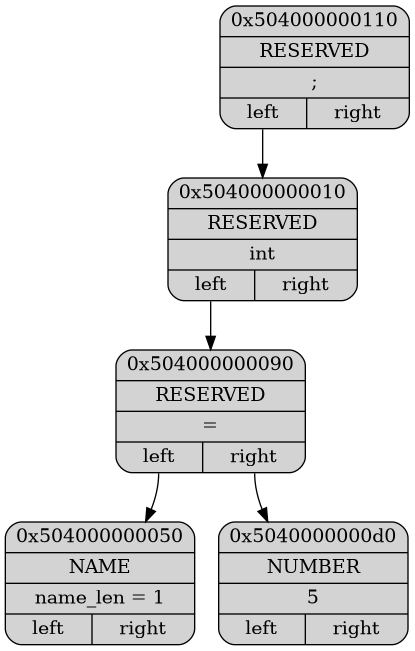
The Graphviz diagram Dump/dump.png in ashqqy/Language, before a commit. Its source is kept beside it as Dump/dump.dot.
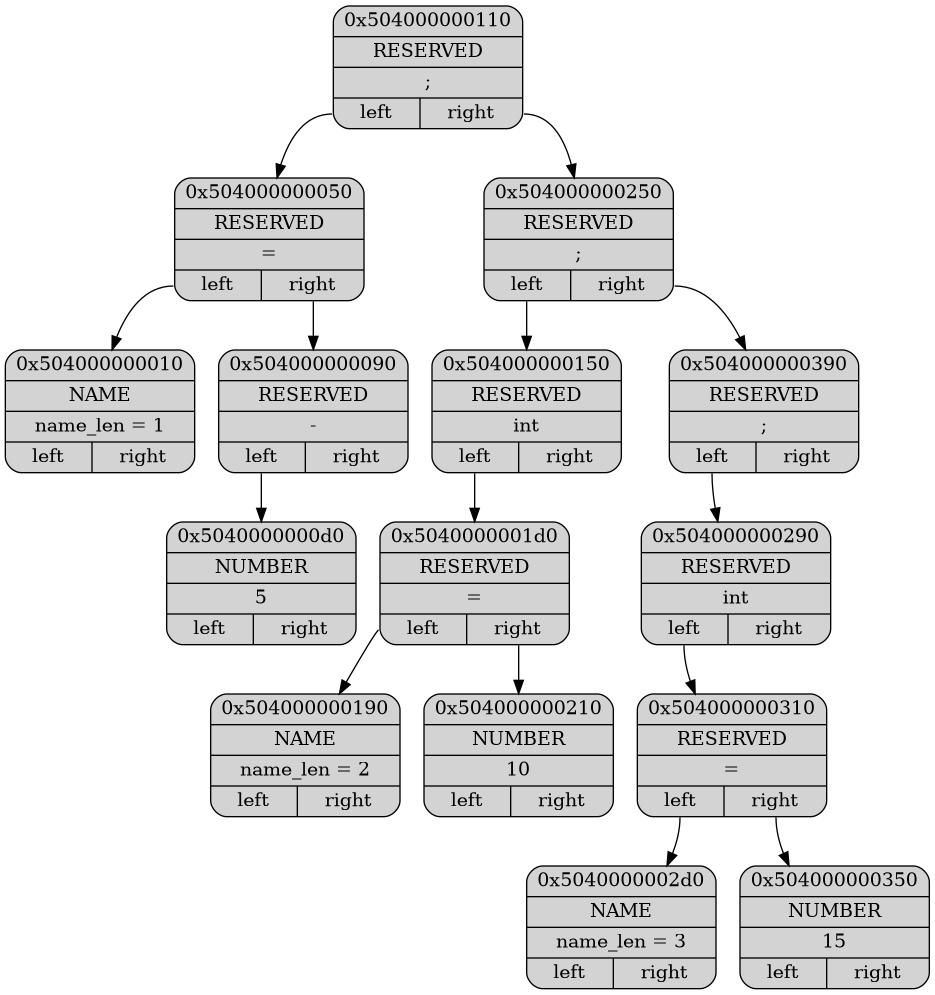
After the change.

Change to the diagram source:
```diff
@@ -3,13 +3,33 @@
 node[shape="record", style="rounded, filled"];
 
 p0x504000000110[label = "{ <ptr> 0x504000000110 | <type> RESERVED | <data> ; | { <l>left|<r>right } }"];
-p0x504000000010[label = "{ <ptr> 0x504000000010 | <type> RESERVED | <data> int | { <l>left|<r>right } }"];
-p0x504000000090[label = "{ <ptr> 0x504000000090 | <type> RESERVED | <data> = | { <l>left|<r>right } }"];
-p0x504000000050[label = "{ <ptr> 0x504000000050 | <type> NAME | <data> name_len = 1 | { <l>left|<r>right } }"];
+p0x504000000050[label = "{ <ptr> 0x504000000050 | <type> RESERVED | <data> = | { <l>left|<r>right } }"];
+p0x504000000010[label = "{ <ptr> 0x504000000010 | <type> NAME | <data> name_len = 1 | { <l>left|<r>right } }"];
+p0x504000000090[label = "{ <ptr> 0x504000000090 | <type> RESERVED | <data> - | { <l>left|<r>right } }"];
 p0x5040000000d0[label = "{ <ptr> 0x5040000000d0 | <type> NUMBER | <data> 5 | { <l>left|<r>right } }"];
+p0x504000000250[label = "{ <ptr> 0x504000000250 | <type> RESERVED | <data> ; | { <l>left|<r>right } }"];
+p0x504000000150[label = "{ <ptr> 0x504000000150 | <type> RESERVED | <data> int | { <l>left|<r>right } }"];
+p0x5040000001d0[label = "{ <ptr> 0x5040000001d0 | <type> RESERVED | <data> = | { <l>left|<r>right } }"];
+p0x504000000190[label = "{ <ptr> 0x504000000190 | <type> NAME | <data> name_len = 2 | { <l>left|<r>right } }"];
+p0x504000000210[label = "{ <ptr> 0x504000000210 | <type> NUMBER | <data> 10 | { <l>left|<r>right } }"];
+p0x504000000390[label = "{ <ptr> 0x504000000390 | <type> RESERVED | <data> ; | { <l>left|<r>right } }"];
+p0x504000000290[label = "{ <ptr> 0x504000000290 | <type> RESERVED | <data> int | { <l>left|<r>right } }"];
+p0x504000000310[label = "{ <ptr> 0x504000000310 | <type> RESERVED | <data> = | { <l>left|<r>right } }"];
+p0x5040000002d0[label = "{ <ptr> 0x5040000002d0 | <type> NAME | <data> name_len = 3 | { <l>left|<r>right } }"];
+p0x504000000350[label = "{ <ptr> 0x504000000350 | <type> NUMBER | <data> 15 | { <l>left|<r>right } }"];
 
-p0x504000000110:<l> -> p0x504000000010
-p0x504000000010:<l> -> p0x504000000090
-p0x504000000090:<l> -> p0x504000000050
-p0x504000000090:<r> -> p0x5040000000d0
+p0x504000000110:<l> -> p0x504000000050
+p0x504000000050:<l> -> p0x504000000010
+p0x504000000050:<r> -> p0x504000000090
+p0x504000000090:<l> -> p0x5040000000d0
+p0x504000000110:<r> -> p0x504000000250
+p0x504000000250:<l> -> p0x504000000150
+p0x504000000150:<l> -> p0x5040000001d0
+p0x5040000001d0:<l> -> p0x504000000190
+p0x5040000001d0:<r> -> p0x504000000210
+p0x504000000250:<r> -> p0x504000000390
+p0x504000000390:<l> -> p0x504000000290
+p0x504000000290:<l> -> p0x504000000310
+p0x504000000310:<l> -> p0x5040000002d0
+p0x504000000310:<r> -> p0x504000000350
 }
```
